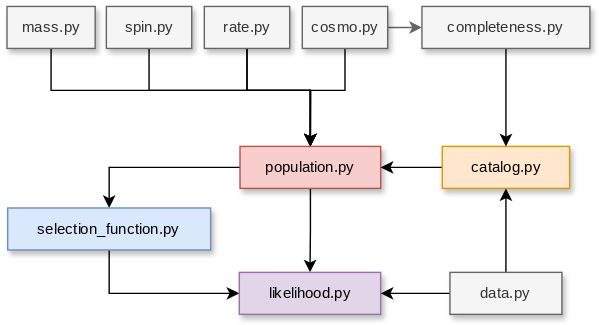
Above: docs/_static/CHIMERA_diagram.drawio.svg in CosmoStatGW/CHIMERA (draw.io), before the change. Source tidied: cells renumbered, new cells last; positions are measured from the earlier drawing's top-left corner, leaving out a move shared by most shapes. The source it was exported from:
```xml
<mxGraphModel>
  <root>
    <mxCell id="0" />
    <mxCell id="1" parent="0" />
    <mxCell id="2" style="edgeStyle=orthogonalEdgeStyle;rounded=0;jettySize=auto;html=1;entryX=0.5;entryY=0;entryDx=0;entryDy=0;fontColor=none;noLabel=1;strokeColor=#000000;fontFamily=Cascadia Code;fontSource=https%3A%2F%2Ffonts.googleapis.com%2Fcss%3Ffamily%3DCascadia%2BCode;fontSize=11;" parent="1" edge="1" source="3" target="12">
      <mxGeometry relative="1" as="geometry">
        <Array as="points">
          <mxPoint x="31" y="60" />
          <mxPoint x="216" y="60" />
        </Array>
      </mxGeometry>
    </mxCell>
    <mxCell id="3" value="mass.py" style="rounded=0;whiteSpace=wrap;html=1;shadow=1;sketch=0;fillColor=#f5f5f5;strokeColor=#666666;fontFamily=Cascadia Code;fontSize=11;labelBackgroundColor=none;labelBorderColor=none;fontColor=#333333;fontSource=https%3A%2F%2Ffonts.googleapis.com%2Fcss%3Ffamily%3DCascadia%2BCode;" parent="1" vertex="1">
      <mxGeometry x="-0.5" width="63" height="30" as="geometry" />
    </mxCell>
    <mxCell id="4" style="edgeStyle=orthogonalEdgeStyle;rounded=0;jettySize=auto;html=1;entryX=0.5;entryY=0;entryDx=0;entryDy=0;labelBackgroundColor=none;labelBorderColor=none;fontFamily=Cascadia Code;fontSize=11;fontSource=https%3A%2F%2Ffonts.googleapis.com%2Fcss%3Ffamily%3DCascadia%2BCode;" parent="1" edge="1" source="19" target="12">
      <mxGeometry relative="1" as="geometry">
        <Array as="points">
          <mxPoint x="171" y="60" />
          <mxPoint x="216" y="60" />
        </Array>
      </mxGeometry>
    </mxCell>
    <mxCell id="5" style="edgeStyle=orthogonalEdgeStyle;rounded=0;jettySize=auto;html=1;entryX=0.5;entryY=0;entryDx=0;entryDy=0;fontColor=none;noLabel=1;strokeColor=#000000;fontFamily=Cascadia Code;fontSource=https%3A%2F%2Ffonts.googleapis.com%2Fcss%3Ffamily%3DCascadia%2BCode;fontSize=11;" parent="1" edge="1" source="6" target="12">
      <mxGeometry relative="1" as="geometry">
        <Array as="points">
          <mxPoint x="101" y="60" />
          <mxPoint x="216" y="60" />
        </Array>
      </mxGeometry>
    </mxCell>
    <mxCell id="6" value="spin.py" style="rounded=0;whiteSpace=wrap;html=1;shadow=1;sketch=0;fillColor=#f5f5f5;strokeColor=#666666;fontFamily=Cascadia Code;fontSize=11;labelBackgroundColor=none;labelBorderColor=none;fontColor=#333333;fontSource=https%3A%2F%2Ffonts.googleapis.com%2Fcss%3Ffamily%3DCascadia%2BCode;" parent="1" vertex="1">
      <mxGeometry x="70.5" width="61" height="30" as="geometry" />
    </mxCell>
    <mxCell id="7" style="edgeStyle=orthogonalEdgeStyle;rounded=0;jettySize=auto;html=1;exitX=0.5;exitY=1;exitDx=0;exitDy=0;entryX=0.5;entryY=0;entryDx=0;entryDy=0;labelBackgroundColor=none;labelBorderColor=none;fontFamily=Cascadia Code;fontSize=11;fontColor=none;noLabel=1;strokeColor=#000000;fontSource=https%3A%2F%2Ffonts.googleapis.com%2Fcss%3Ffamily%3DCascadia%2BCode;" parent="1" edge="1" source="9" target="12">
      <mxGeometry relative="1" as="geometry">
        <Array as="points">
          <mxPoint x="241" y="60" />
          <mxPoint x="216" y="60" />
        </Array>
      </mxGeometry>
    </mxCell>
    <mxCell id="8" style="edgeStyle=orthogonalEdgeStyle;rounded=0;jettySize=auto;html=1;entryX=0;entryY=0.5;entryDx=0;entryDy=0;fillColor=#f5f5f5;strokeColor=#666666;fontFamily=Cascadia Code;fontSource=https%3A%2F%2Ffonts.googleapis.com%2Fcss%3Ffamily%3DCascadia%2BCode;fontSize=11;" parent="1" edge="1" source="9" target="21">
      <mxGeometry relative="1" as="geometry" />
    </mxCell>
    <mxCell id="9" value="cosmo.py" style="rounded=0;whiteSpace=wrap;html=1;shadow=1;sketch=0;fillColor=#f5f5f5;strokeColor=#666666;fontFamily=Cascadia Code;fontSize=11;labelBackgroundColor=none;labelBorderColor=none;fontColor=#333333;fontSource=https%3A%2F%2Ffonts.googleapis.com%2Fcss%3Ffamily%3DCascadia%2BCode;" parent="1" vertex="1">
      <mxGeometry x="210.5" width="61" height="30" as="geometry" />
    </mxCell>
    <mxCell id="10" style="edgeStyle=orthogonalEdgeStyle;rounded=0;jettySize=auto;html=1;entryX=0.5;entryY=0;entryDx=0;entryDy=0;fontFamily=Cascadia Code;fontSource=https%3A%2F%2Ffonts.googleapis.com%2Fcss%3Ffamily%3DCascadia%2BCode;fontSize=11;" parent="1" edge="1" source="12" target="15">
      <mxGeometry relative="1" as="geometry" />
    </mxCell>
    <mxCell id="11" style="edgeStyle=orthogonalEdgeStyle;rounded=0;jettySize=auto;html=1;fontFamily=Cascadia Code;fontSource=https%3A%2F%2Ffonts.googleapis.com%2Fcss%3Ffamily%3DCascadia%2BCode;fontSize=11;" parent="1" edge="1" source="12" target="14">
      <mxGeometry relative="1" as="geometry" />
    </mxCell>
    <mxCell id="12" value="population.py" style="rounded=0;whiteSpace=wrap;html=1;shadow=1;sketch=0;fillColor=#f8cecc;strokeColor=#b85450;fontFamily=Cascadia Code;fontSize=11;labelBackgroundColor=none;labelBorderColor=none;fontSource=https%3A%2F%2Ffonts.googleapis.com%2Fcss%3Ffamily%3DCascadia%2BCode;" parent="1" vertex="1">
      <mxGeometry x="166" y="100" width="100.5" height="30" as="geometry" />
    </mxCell>
    <mxCell id="13" style="edgeStyle=orthogonalEdgeStyle;rounded=0;jettySize=auto;html=1;entryX=0;entryY=0.5;entryDx=0;entryDy=0;fontFamily=Cascadia Code;fontSource=https%3A%2F%2Ffonts.googleapis.com%2Fcss%3Ffamily%3DCascadia%2BCode;fontSize=11;" parent="1" edge="1" source="14" target="15">
      <mxGeometry relative="1" as="geometry">
        <Array as="points">
          <mxPoint x="72" y="205" />
        </Array>
      </mxGeometry>
    </mxCell>
    <mxCell id="14" value="selection_function.py" style="rounded=0;whiteSpace=wrap;html=1;shadow=1;sketch=0;fillColor=#dae8fc;strokeColor=#6c8ebf;fontFamily=Cascadia Code;fontSize=11;labelBackgroundColor=none;labelBorderColor=none;fontSource=https%3A%2F%2Ffonts.googleapis.com%2Fcss%3Ffamily%3DCascadia%2BCode;" parent="1" vertex="1">
      <mxGeometry y="144" width="145" height="30" as="geometry" />
    </mxCell>
    <mxCell id="15" value="likelihood.py" style="rounded=0;whiteSpace=wrap;html=1;shadow=1;sketch=0;fillColor=#e1d5e7;strokeColor=#9673a6;fontFamily=Cascadia Code;fontSize=11;labelBackgroundColor=none;labelBorderColor=none;imageWidth=24;fontSource=https%3A%2F%2Ffonts.googleapis.com%2Fcss%3Ffamily%3DCascadia%2BCode;" parent="1" vertex="1">
      <mxGeometry x="165.5" y="190" width="101" height="30" as="geometry" />
    </mxCell>
    <mxCell id="16" style="edgeStyle=orthogonalEdgeStyle;rounded=0;jettySize=auto;html=1;exitX=0.5;exitY=1;exitDx=0;exitDy=0;entryX=0.5;entryY=0;entryDx=0;entryDy=0;labelBackgroundColor=none;labelBorderColor=none;fontFamily=Cascadia Code;fontSize=11;fontColor=none;noLabel=1;strokeColor=#000000;fontSource=https%3A%2F%2Ffonts.googleapis.com%2Fcss%3Ffamily%3DCascadia%2BCode;" parent="1" edge="1" source="19" target="12">
      <mxGeometry relative="1" as="geometry">
        <Array as="points">
          <mxPoint x="171" y="60" />
          <mxPoint x="216" y="60" />
        </Array>
      </mxGeometry>
    </mxCell>
    <mxCell id="17" style="edgeStyle=orthogonalEdgeStyle;rounded=0;jettySize=auto;html=1;fontFamily=Cascadia Code;fontSource=https%3A%2F%2Ffonts.googleapis.com%2Fcss%3Ffamily%3DCascadia%2BCode;fontSize=11;" parent="1" edge="1" source="18" target="12">
      <mxGeometry relative="1" as="geometry" />
    </mxCell>
    <mxCell id="18" value="catalog.py" style="rounded=0;whiteSpace=wrap;html=1;shadow=1;sketch=0;fillColor=#ffe6cc;strokeColor=#d79b00;fontFamily=Cascadia Code;fontSize=11;labelBackgroundColor=none;labelBorderColor=none;fontSource=https%3A%2F%2Ffonts.googleapis.com%2Fcss%3Ffamily%3DCascadia%2BCode;" parent="1" vertex="1">
      <mxGeometry x="310.5" y="100" width="91" height="30" as="geometry" />
    </mxCell>
    <mxCell id="19" value="rate.py" style="rounded=0;whiteSpace=wrap;html=1;shadow=1;sketch=0;fillColor=#f5f5f5;strokeColor=#666666;fontFamily=Cascadia Code;fontSize=11;labelBackgroundColor=none;labelBorderColor=none;fontColor=#333333;fontSource=https%3A%2F%2Ffonts.googleapis.com%2Fcss%3Ffamily%3DCascadia%2BCode;" parent="1" vertex="1">
      <mxGeometry x="140.5" width="61" height="30" as="geometry" />
    </mxCell>
    <mxCell id="20" style="edgeStyle=orthogonalEdgeStyle;rounded=0;jettySize=auto;html=1;fontFamily=Cascadia Code;fontSource=https%3A%2F%2Ffonts.googleapis.com%2Fcss%3Ffamily%3DCascadia%2BCode;fontSize=11;" parent="1" edge="1" source="21" target="18">
      <mxGeometry relative="1" as="geometry" />
    </mxCell>
    <mxCell id="21" value="completeness.py" style="rounded=0;whiteSpace=wrap;html=1;shadow=1;sketch=0;fillColor=#f5f5f5;strokeColor=#666666;fontFamily=Cascadia Code;fontSize=11;labelBackgroundColor=none;labelBorderColor=none;fontColor=#333333;fontSource=https%3A%2F%2Ffonts.googleapis.com%2Fcss%3Ffamily%3DCascadia%2BCode;" parent="1" vertex="1">
      <mxGeometry x="296" width="120" height="30" as="geometry" />
    </mxCell>
    <mxCell id="22" style="edgeStyle=orthogonalEdgeStyle;rounded=0;jettySize=auto;html=1;fontFamily=Cascadia Code;fontSource=https%3A%2F%2Ffonts.googleapis.com%2Fcss%3Ffamily%3DCascadia%2BCode;fontSize=11;" parent="1" edge="1" source="24" target="15">
      <mxGeometry relative="1" as="geometry" />
    </mxCell>
    <mxCell id="23" style="edgeStyle=orthogonalEdgeStyle;rounded=0;jettySize=auto;html=1;fontFamily=Cascadia Code;fontSource=https%3A%2F%2Ffonts.googleapis.com%2Fcss%3Ffamily%3DCascadia%2BCode;fontSize=11;" parent="1" edge="1" source="24" target="18">
      <mxGeometry relative="1" as="geometry" />
    </mxCell>
    <mxCell id="24" value="&lt;span style=&quot;font-weight: normal;&quot;&gt;data.py&lt;/span&gt;" style="rounded=0;whiteSpace=wrap;html=1;shadow=1;sketch=0;fillColor=#f5f5f5;strokeColor=#666666;fontFamily=Cascadia Code;fontSize=11;labelBackgroundColor=none;labelBorderColor=none;fontStyle=1;fontColor=#333333;fontSource=https%3A%2F%2Ffonts.googleapis.com%2Fcss%3Ffamily%3DCascadia%2BCode;" parent="1" vertex="1">
      <mxGeometry x="316" y="190" width="80" height="30" as="geometry" />
    </mxCell>
  </root>
</mxGraphModel>
```
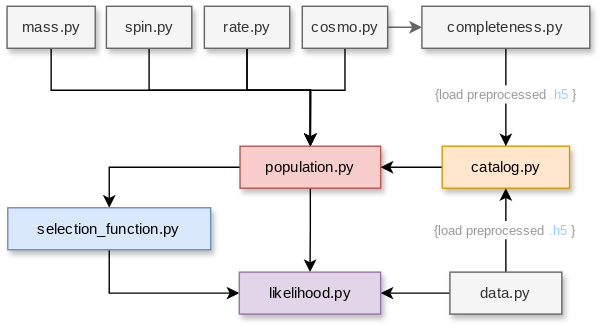
Above is the later version.

Commit message:
Update CHIMERA diagram

What changed in the source:
```diff
@@ -88,6 +88,9 @@
     <mxCell id="20" style="edgeStyle=orthogonalEdgeStyle;rounded=0;jettySize=auto;html=1;fontFamily=Cascadia Code;fontSource=https%3A%2F%2Ffonts.googleapis.com%2Fcss%3Ffamily%3DCascadia%2BCode;fontSize=11;" parent="1" edge="1" source="21" target="18">
       <mxGeometry relative="1" as="geometry" />
     </mxCell>
+    <mxCell id="25" value="&lt;font style=&quot;font-size: 9px; color: rgb(153, 153, 153);&quot; face=&quot;Cascadia Code&quot;&gt;{load preprocessed&amp;nbsp;&lt;/font&gt;&lt;font style=&quot;font-size: 9px; color: rgb(153, 204, 255);&quot; face=&quot;Cascadia Code&quot;&gt;.h5&lt;/font&gt;&lt;font style=&quot;font-size: 9px; color: rgb(153, 153, 153);&quot; face=&quot;Cascadia Code&quot;&gt;}&lt;/font&gt;" style="edgeLabel;html=1;align=center;verticalAlign=middle;" parent="20" vertex="1">
+      <mxGeometry x="-0.05" relative="1" as="geometry" />
+    </mxCell>
     <mxCell id="21" value="completeness.py" style="rounded=0;whiteSpace=wrap;html=1;shadow=1;sketch=0;fillColor=#f5f5f5;strokeColor=#666666;fontFamily=Cascadia Code;fontSize=11;labelBackgroundColor=none;labelBorderColor=none;fontColor=#333333;fontSource=https%3A%2F%2Ffonts.googleapis.com%2Fcss%3Ffamily%3DCascadia%2BCode;" parent="1" vertex="1">
       <mxGeometry x="296" width="120" height="30" as="geometry" />
     </mxCell>
@@ -97,6 +100,9 @@
     <mxCell id="23" style="edgeStyle=orthogonalEdgeStyle;rounded=0;jettySize=auto;html=1;fontFamily=Cascadia Code;fontSource=https%3A%2F%2Ffonts.googleapis.com%2Fcss%3Ffamily%3DCascadia%2BCode;fontSize=11;" parent="1" edge="1" source="24" target="18">
       <mxGeometry relative="1" as="geometry" />
     </mxCell>
+    <mxCell id="26" value="&lt;font style=&quot;font-size: 9px; color: rgb(153, 153, 153);&quot; face=&quot;Cascadia Code&quot;&gt;{load preprocessed&amp;nbsp;&lt;/font&gt;&lt;font style=&quot;font-size: 9px; color: rgb(153, 204, 255);&quot; face=&quot;Cascadia Code&quot;&gt;.h5&lt;/font&gt;&lt;font style=&quot;font-size: 9px; color: rgb(153, 153, 153);&quot; face=&quot;Cascadia Code&quot;&gt;}&lt;/font&gt;" style="edgeLabel;html=1;align=center;verticalAlign=middle;" parent="23" vertex="1">
+      <mxGeometry x="0.02" y="1" relative="1" as="geometry" />
+    </mxCell>
     <mxCell id="24" value="&lt;span style=&quot;font-weight: normal;&quot;&gt;data.py&lt;/span&gt;" style="rounded=0;whiteSpace=wrap;html=1;shadow=1;sketch=0;fillColor=#f5f5f5;strokeColor=#666666;fontFamily=Cascadia Code;fontSize=11;labelBackgroundColor=none;labelBorderColor=none;fontStyle=1;fontColor=#333333;fontSource=https%3A%2F%2Ffonts.googleapis.com%2Fcss%3Ffamily%3DCascadia%2BCode;" parent="1" vertex="1">
       <mxGeometry x="316" y="190" width="80" height="30" as="geometry" />
     </mxCell>
```
